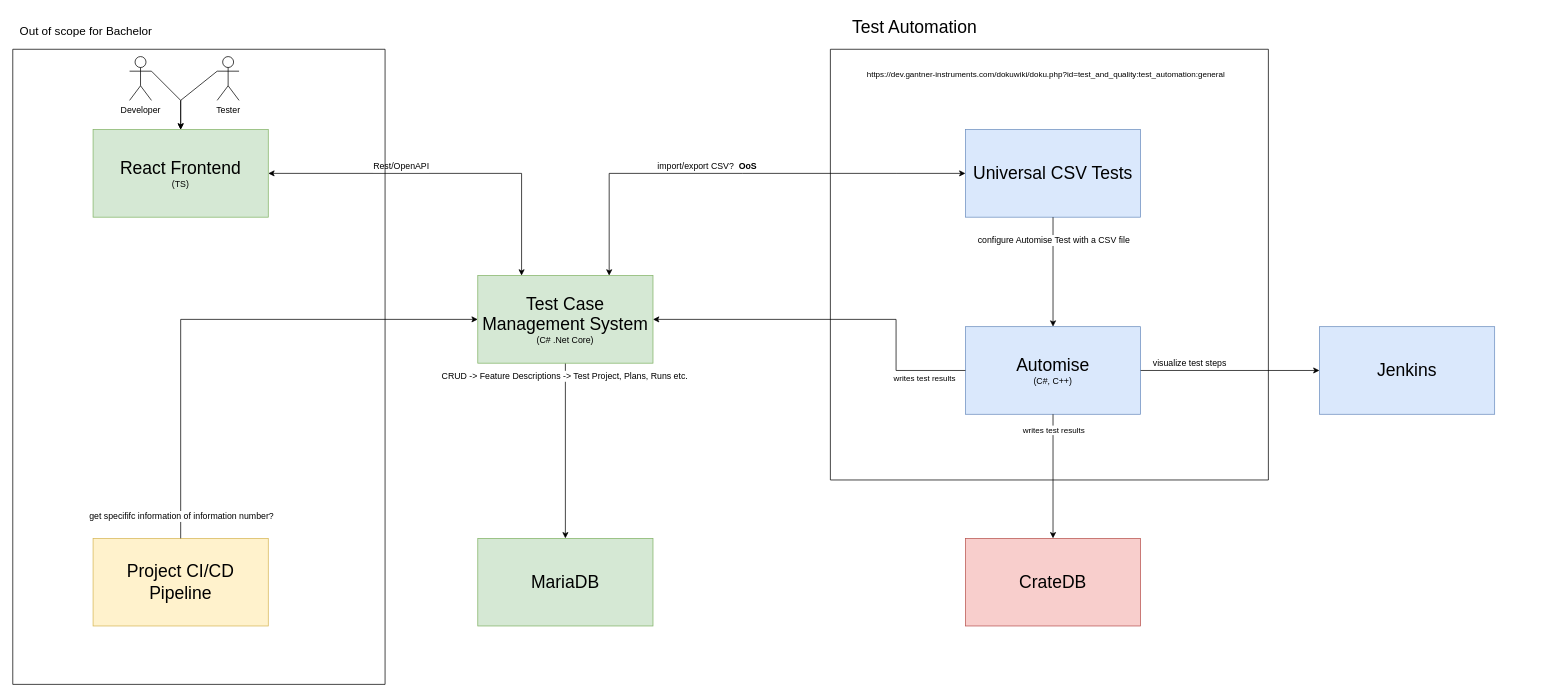
Above: Misc/DrawIO/TestTechnologiesOverview.drawio in iiNomad23/FHV_BachelorThesis (draw.io), before the change. Source tidied: cells renumbered, new cells numbered last; positions are measured from the earlier drawing's top-left corner, leaving out a move shared by most shapes. Both pictures are drawn from the tidied source at 73%, with x=0, y=0 at pixel (12, 12).
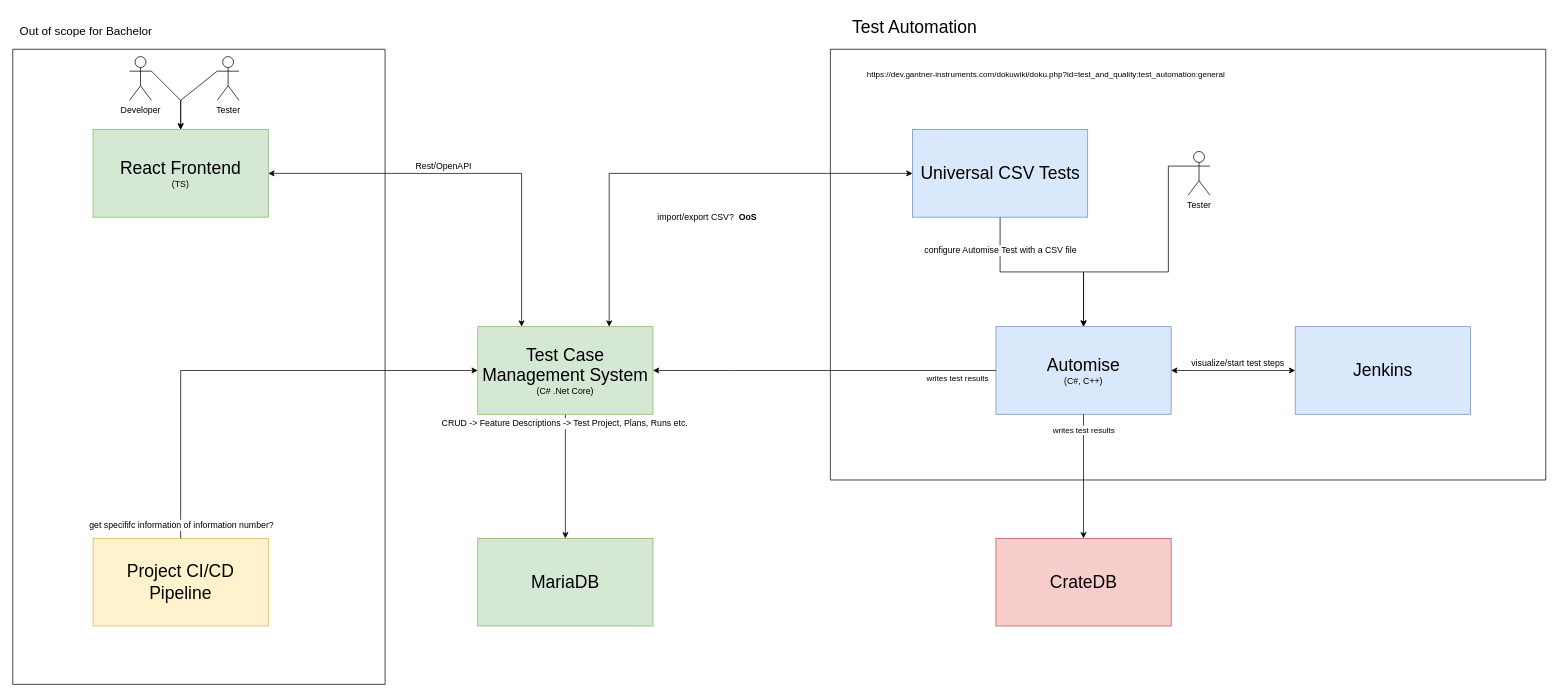
The same diagram, later.

The change refers to these unchanged cells:
```xml
<mxCell id="20" style="endArrow=classic;startArrow=classic;html=1;rounded=0;strokeColor=default;fontSize=12;exitX=1;exitY=0.5;exitDx=0;exitDy=0;entryX=0.25;entryY=0;entryDx=0;entryDy=0;" parent="1" edge="1" source="25" target="19">
  <mxGeometry relative="1" as="geometry">
    <Array as="points">
      <mxPoint x="697" y="220" />
    </Array>
  </mxGeometry>
</mxCell>
<mxCell id="24" value="&lt;font style=&quot;&quot;&gt;&lt;span style=&quot;font-size: 24px;&quot;&gt;Project CI/CD Pipeline&lt;/span&gt;&lt;br&gt;&lt;/font&gt;" style="rounded=0;whiteSpace=wrap;html=1;fillColor=#fff2cc;strokeColor=#d6b656;" parent="23" vertex="1">
  <mxGeometry x="110" y="670" width="240" height="120" as="geometry" />
</mxCell>
```

What changed in the source:
```diff
@@
     <mxCell id="2" style="swimlane;startSize=0;fontSize=11;" parent="1" vertex="1">
-      <mxGeometry x="1120" y="50" width="600" height="590" as="geometry" />
+      <mxGeometry x="1120" y="50" width="980" height="590" as="geometry" />
     </mxCell>
@@
     <mxCell id="4" value="&lt;font style=&quot;font-size: 24px;&quot;&gt;Universal CSV Tests&lt;/font&gt;" style="rounded=0;whiteSpace=wrap;html=1;fillColor=#dae8fc;strokeColor=#6c8ebf;" parent="2" vertex="1">
-      <mxGeometry x="185" y="110" width="240" height="120" as="geometry" />
+      <mxGeometry x="112.5" y="110" width="240" height="120" as="geometry" />
     </mxCell>
     <mxCell id="5" value="&lt;font style=&quot;&quot;&gt;&lt;span style=&quot;font-size: 24px;&quot;&gt;Automise&lt;/span&gt;&lt;br&gt;&lt;font style=&quot;font-size: 12px;&quot;&gt;(C#, C++)&lt;/font&gt;&lt;br&gt;&lt;/font&gt;" style="rounded=0;whiteSpace=wrap;html=1;fillColor=#dae8fc;strokeColor=#6c8ebf;" parent="2" vertex="1">
-      <mxGeometry x="185" y="380" width="240" height="120" as="geometry" />
+      <mxGeometry x="226.8" y="380" width="240" height="120" as="geometry" />
     </mxCell>
@@
     <mxCell id="8" style="edgeStyle=orthogonalEdgeStyle;rounded=0;orthogonalLoop=1;jettySize=auto;html=1;exitX=0.5;exitY=1;exitDx=0;exitDy=0;fontSize=11;" parent="2" edge="1">
       <mxGeometry relative="1" as="geometry">
-        <mxPoint x="544" y="440" as="sourcePoint" />
-        <mxPoint x="544" y="440" as="targetPoint" />
+        <mxPoint x="510.8" y="440" as="sourcePoint" />
+        <mxPoint x="510.8" y="440" as="targetPoint" />
       </mxGeometry>
     </mxCell>
+    <mxCell id="14" style="endArrow=classic;startArrow=classic;html=1;rounded=0;entryX=0;entryY=0.5;entryDx=0;entryDy=0;exitX=1;exitY=0.5;exitDx=0;exitDy=0;" parent="2" edge="1" source="5" target="13">
+      <mxGeometry relative="1" as="geometry" />
+    </mxCell>
+    <mxCell id="36" value="&lt;span style=&quot;font-size: 12px&quot;&gt;visualize/start test steps&lt;/span&gt;" style="edgeLabel;html=1;align=center;verticalAlign=middle;" parent="14" vertex="1">
+      <mxGeometry x="-0.35" y="-2" relative="1" as="geometry">
+        <mxPoint x="36" y="-12" as="offset" />
+      </mxGeometry>
+    </mxCell>
+    <mxCell id="13" value="&lt;font style=&quot;font-size: 24px;&quot;&gt;Jenkins&lt;/font&gt;" style="rounded=0;whiteSpace=wrap;html=1;fillColor=#dae8fc;strokeColor=#6c8ebf;" parent="2" vertex="1">
+      <mxGeometry x="636.8" y="380" width="240" height="120" as="geometry" />
+    </mxCell>
+    <mxCell id="37" style="edgeStyle=orthogonalEdgeStyle;rounded=0;jettySize=auto;html=1;entryX=0.5;entryY=0;entryDx=0;entryDy=0;exitX=0;exitY=0.3333333333333333;exitDx=0;exitDy=0;exitPerimeter=0;" parent="2" edge="1" source="38" target="5">
+      <mxGeometry relative="1" as="geometry">
+        <Array as="points">
+          <mxPoint x="463" y="160" />
+          <mxPoint x="463" y="305" />
+          <mxPoint x="347" y="305" />
+        </Array>
+      </mxGeometry>
+    </mxCell>
+    <mxCell id="38" value="Tester" style="shape=umlActor;verticalLabelPosition=bottom;verticalAlign=top;html=1;outlineConnect=0;" parent="2" vertex="1">
+      <mxGeometry x="490" y="140" width="30" height="60" as="geometry" />
+    </mxCell>
@@
     <mxCell id="10" value="&lt;font style=&quot;font-size: 24px;&quot;&gt;CrateDB&lt;/font&gt;" style="rounded=0;whiteSpace=wrap;html=1;fillColor=#f8cecc;strokeColor=#b85450;" parent="1" vertex="1">
-      <mxGeometry x="1305" y="720" width="240" height="120" as="geometry" />
+      <mxGeometry x="1346.8" y="720" width="240" height="120" as="geometry" />
     </mxCell>
@@
-    <mxCell id="13" value="&lt;font style=&quot;font-size: 24px;&quot;&gt;Jenkins&lt;/font&gt;" style="rounded=0;whiteSpace=wrap;html=1;fillColor=#dae8fc;strokeColor=#6c8ebf;" parent="1" vertex="1">
-      <mxGeometry x="1790" y="430" width="240" height="120" as="geometry" />
-    </mxCell>
-    <mxCell id="14" style="edgeStyle=orthogonalEdgeStyle;rounded=0;jettySize=auto;html=1;entryX=0;entryY=0.5;entryDx=0;entryDy=0;fontSize=11;" parent="1" edge="1" source="5" target="13">
-      <mxGeometry relative="1" as="geometry" />
-    </mxCell>
-    <mxCell id="15" value="visualize test steps" style="edgeLabel;html=1;align=center;verticalAlign=middle;fontSize=12;" parent="14" vertex="1">
-      <mxGeometry x="-0.65" y="4" relative="1" as="geometry">
-        <mxPoint x="23" y="-6" as="offset" />
-      </mxGeometry>
-    </mxCell>
@@
     <mxCell id="19" value="&lt;font style=&quot;&quot;&gt;&lt;span style=&quot;font-size: 24px;&quot;&gt;Test Case Management System&lt;/span&gt;&lt;br&gt;&lt;font style=&quot;font-size: 12px;&quot;&gt;(C# .Net Core)&lt;/font&gt;&lt;br&gt;&lt;/font&gt;" style="rounded=0;whiteSpace=wrap;html=1;fillColor=#d5e8d4;strokeColor=#82b366;" parent="1" vertex="1">
-      <mxGeometry x="637" y="360" width="240" height="120" as="geometry" />
+      <mxGeometry x="637" y="430" width="240" height="120" as="geometry" />
     </mxCell>
@@
     <mxCell id="21" value="Rest/OpenAPI" style="edgeLabel;html=1;align=center;verticalAlign=middle;fontSize=12;" parent="20" vertex="1">
       <mxGeometry x="-0.19" y="4" relative="1" as="geometry">
-        <mxPoint x="-16" y="-6" as="offset" />
+        <mxPoint x="13" y="-6" as="offset" />
       </mxGeometry>
     </mxCell>
@@
     <mxCell id="29" style="edgeStyle=none;rounded=0;jettySize=auto;html=1;entryX=0;entryY=0.5;entryDx=0;entryDy=0;strokeColor=default;fontSize=16;" parent="1" edge="1" source="24" target="19">
       <mxGeometry relative="1" as="geometry">
         <Array as="points">
-          <mxPoint x="230" y="420" />
+          <mxPoint x="230" y="490" />
         </Array>
       </mxGeometry>
     </mxCell>
@@
     <mxCell id="34" style="edgeStyle=orthogonalEdgeStyle;rounded=0;jettySize=auto;html=1;exitX=0;exitY=0.5;exitDx=0;exitDy=0;entryX=1;entryY=0.5;entryDx=0;entryDy=0;" parent="1" edge="1" source="5" target="19">
       <mxGeometry relative="1" as="geometry">
         <Array as="points">
-          <mxPoint x="1210" y="490" />
-          <mxPoint x="1210" y="420" />
+          <mxPoint x="990" y="490" />
+          <mxPoint x="990" y="490" />
         </Array>
       </mxGeometry>
     </mxCell>
```
